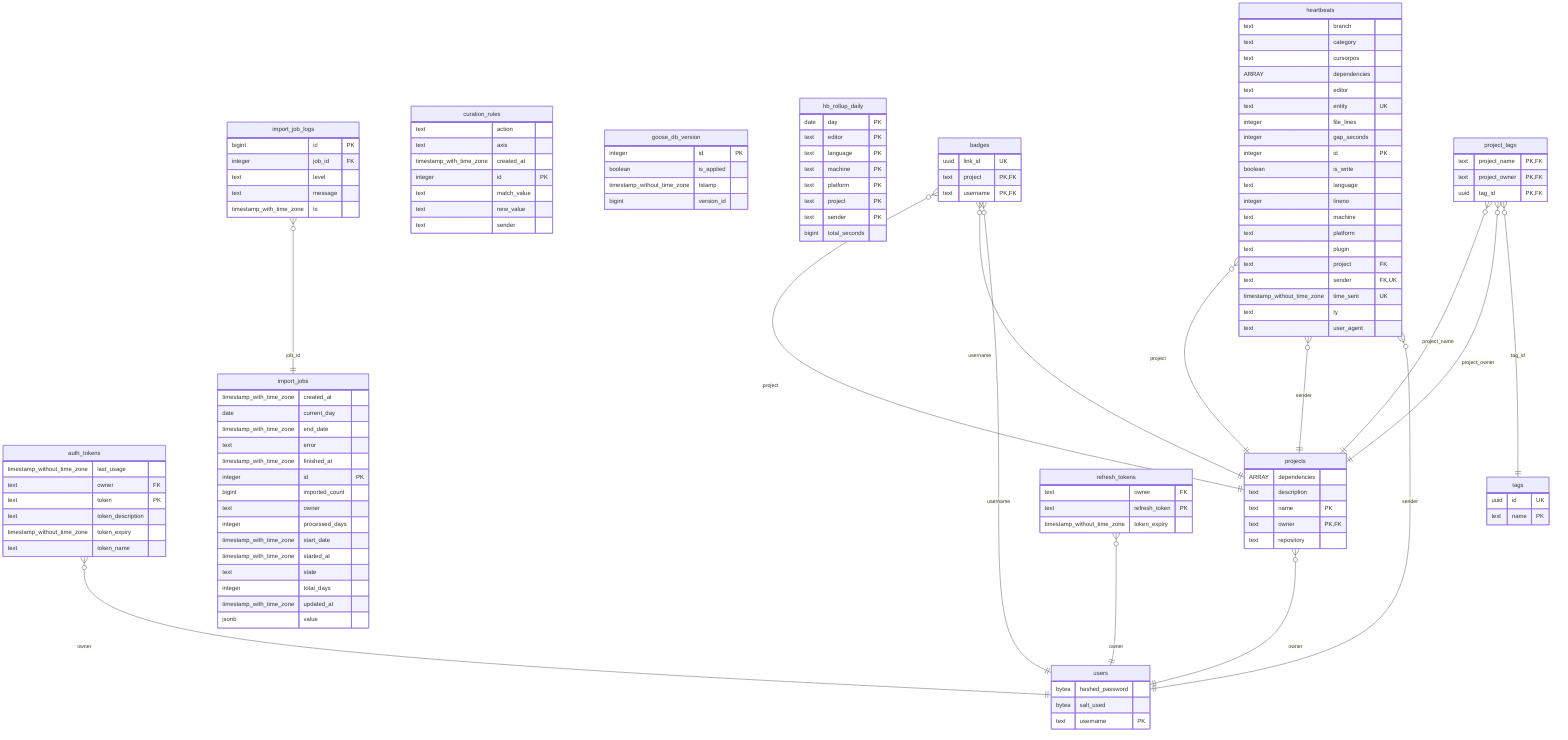
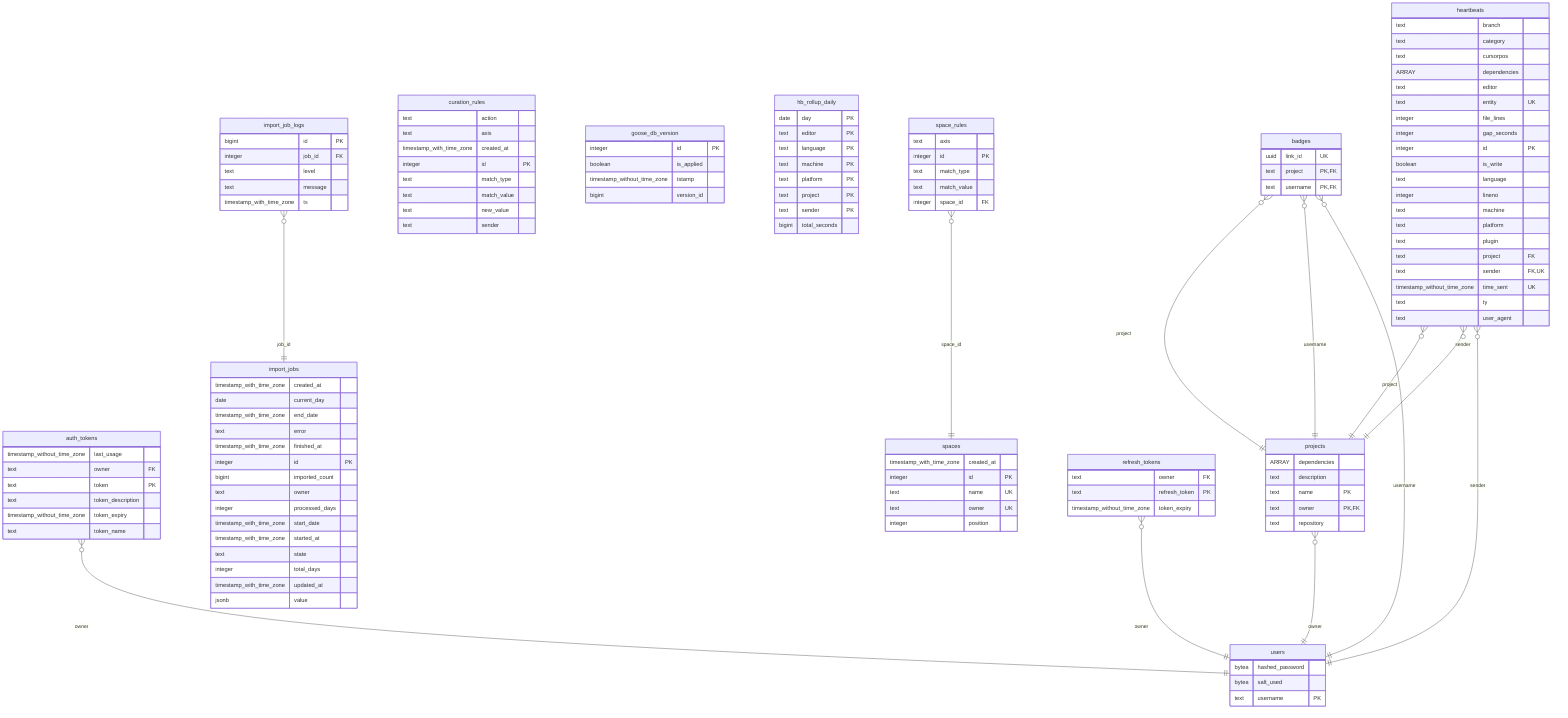
erDiagram
    auth_tokens {
        timestamp_without_time_zone last_usage
        text owner FK
        text token PK
        text token_description
        timestamp_without_time_zone token_expiry
        text token_name
    }

    badges {
        uuid link_id UK
        text project PK,FK
        text username PK,FK
    }

    curation_rules {
        text action
        text axis
        timestamp_with_time_zone created_at
        integer id PK
+         text match_type
        text match_value
        text new_value
        text sender
    }

    goose_db_version {
        integer id PK
        boolean is_applied
        timestamp_without_time_zone tstamp
        bigint version_id
    }

    hb_rollup_daily {
        date day PK
        text editor PK
        text language PK
        text machine PK
        text platform PK
        text project PK
        text sender PK
        bigint total_seconds
    }

    heartbeats {
        text branch
        text category
        text cursorpos
        ARRAY dependencies
        text editor
        text entity UK
        integer file_lines
        integer gap_seconds
        integer id PK
        boolean is_write
        text language
        integer lineno
        text machine
        text platform
        text plugin
        text project FK
        text sender FK,UK
        timestamp_without_time_zone time_sent UK
        text ty
        text user_agent
    }

    import_job_logs {
        bigint id PK
        integer job_id FK
        text level
        text message
        timestamp_with_time_zone ts
    }

    import_jobs {
        timestamp_with_time_zone created_at
        date current_day
        timestamp_with_time_zone end_date
        text error
        timestamp_with_time_zone finished_at
        integer id PK
        bigint imported_count
        text owner
        integer processed_days
        timestamp_with_time_zone start_date
        timestamp_with_time_zone started_at
        text state
        integer total_days
        timestamp_with_time_zone updated_at
        jsonb value
    }

-     project_tags {
-         text project_name PK,FK
-         text project_owner PK,FK
-         uuid tag_id PK,FK
-     }
- 
    projects {
        ARRAY dependencies
        text description
        text name PK
        text owner PK,FK
        text repository
    }

    refresh_tokens {
        text owner FK
        text refresh_token PK
        timestamp_without_time_zone token_expiry
    }

-     tags {
-         uuid id UK
-         text name PK
+     space_rules {
+         text axis
+         integer id PK
+         text match_type
+         text match_value
+         integer space_id FK
+     }
+ 
+     spaces {
+         timestamp_with_time_zone created_at
+         integer id PK
+         text name UK
+         text owner UK
+         integer position
    }

    users {
        bytea hashed_password
        bytea salt_used
        text username PK
    }

    auth_tokens }o--|| users : "owner"
    badges }o--|| projects : "project"
    badges }o--|| projects : "username"
    badges }o--|| users : "username"
    heartbeats }o--|| projects : "project"
    heartbeats }o--|| projects : "sender"
    heartbeats }o--|| users : "sender"
    import_job_logs }o--|| import_jobs : "job_id"
-     project_tags }o--|| projects : "project_name"
-     project_tags }o--|| projects : "project_owner"
-     project_tags }o--|| tags : "tag_id"
    projects }o--|| users : "owner"
    refresh_tokens }o--|| users : "owner"
+     space_rules }o--|| spaces : "space_id"
